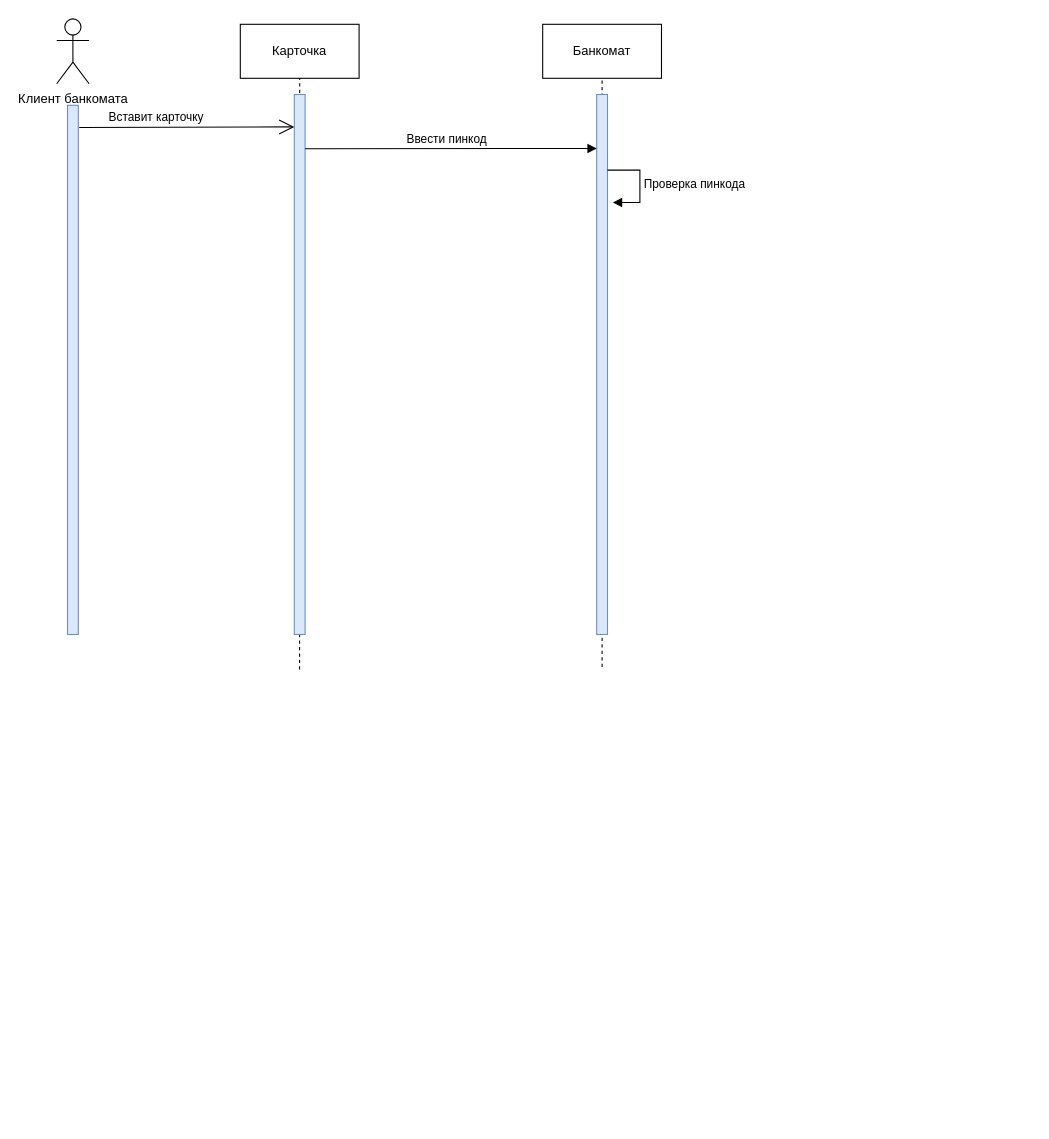
Earlier version of the draw.io diagram Diagram Sequence.drawio (VyugaSW/Diagrams_2). Source tidied: cells renumbered, new cells numbered last; positions are measured from the earlier drawing's top-left corner, leaving out a move shared by most shapes. Both pictures are drawn from the tidied source at 108%, with x=0, y=0 at pixel (56, 18).
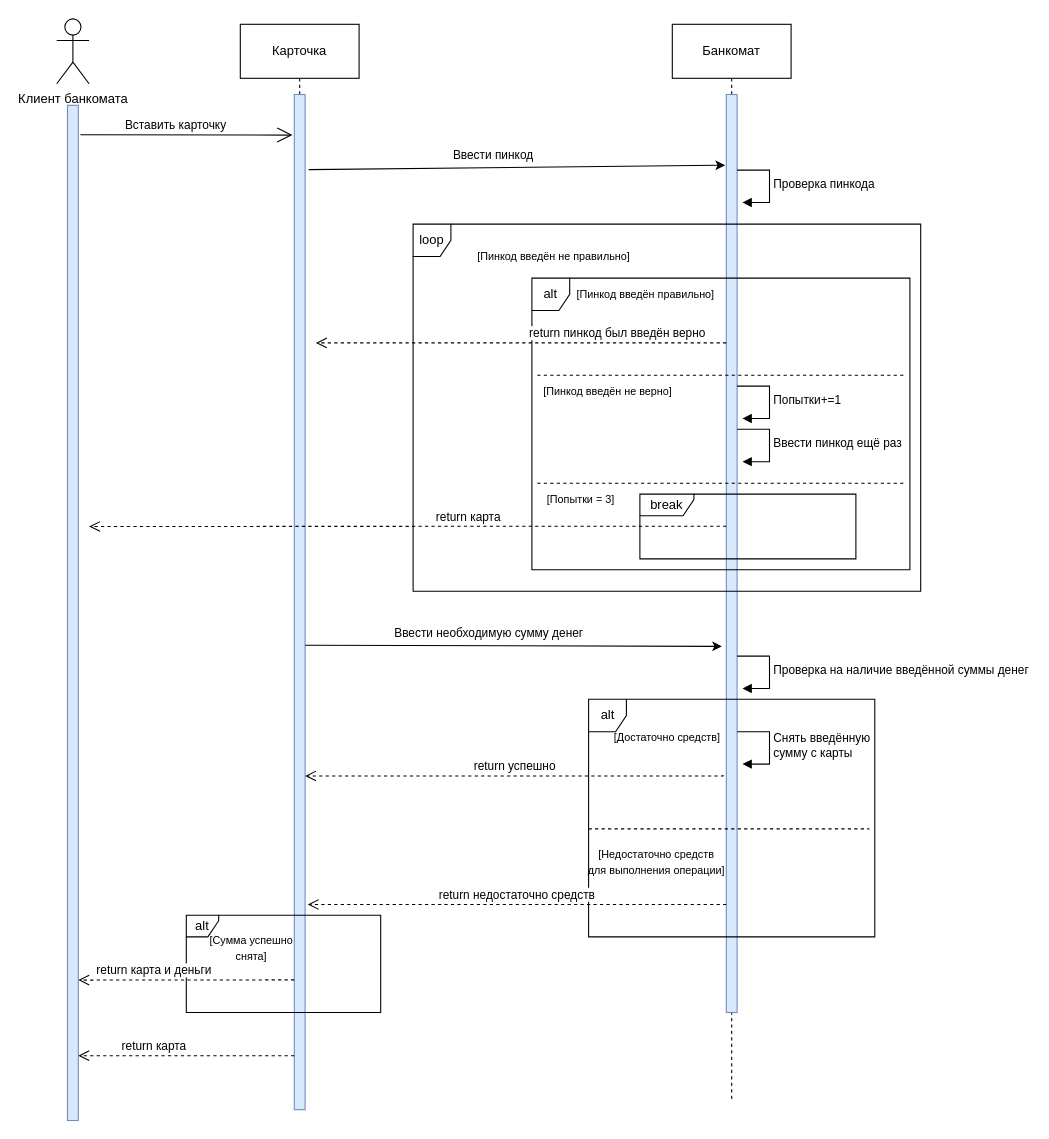
Above is the later version.

The change refers to these unchanged cells:
```xml
<mxCell id="6" value="Карточка" style="html=1;whiteSpace=wrap;" parent="1" vertex="1">
  <mxGeometry x="170" y="5" width="110" height="50" as="geometry" />
</mxCell>
```

Change to the diagram source:
```diff
@@
+    <mxCell id="15" style="endArrow=none;dashed=1;html=1;rounded=0;entryX=0.5;entryY=1;entryDx=0;entryDy=0;" parent="1" edge="1" target="7">
+      <mxGeometry relative="1" as="geometry">
+        <mxPoint x="625" y="1000" as="sourcePoint" />
+      </mxGeometry>
+    </mxCell>
     <mxCell id="2" style="endArrow=none;dashed=1;html=1;rounded=0;entryX=0.5;entryY=1;entryDx=0;entryDy=0;" parent="1" edge="1" target="6">
       <mxGeometry relative="1" as="geometry">
-        <mxPoint x="224.9" y="602.5" as="sourcePoint" />
+        <mxPoint x="225" y="910" as="sourcePoint" />
       </mxGeometry>
     </mxCell>
-    <mxCell id="3" style="endArrow=none;dashed=1;html=1;rounded=0;entryX=0.5;entryY=1;entryDx=0;entryDy=0;" parent="1" edge="1" target="7">
-      <mxGeometry relative="1" as="geometry">
-        <mxPoint x="505" y="600" as="sourcePoint" />
-      </mxGeometry>
-    </mxCell>
@@
     <mxCell id="5" style="rounded=0;whiteSpace=wrap;html=1;fillColor=#dae8fc;strokeColor=#6c8ebf;" parent="1" vertex="1">
-      <mxGeometry x="10" y="80" width="10" height="490" as="geometry" />
+      <mxGeometry x="10" y="80" width="10" height="940" as="geometry" />
     </mxCell>
@@
     <mxCell id="7" value="Банкомат" style="html=1;whiteSpace=wrap;" parent="1" vertex="1">
-      <mxGeometry x="450" y="5" width="110" height="50" as="geometry" />
+      <mxGeometry x="570" y="5" width="110" height="50" as="geometry" />
     </mxCell>
-    <mxCell id="8" style="rounded=0;whiteSpace=wrap;html=1;fillColor=#dae8fc;strokeColor=#6c8ebf;" parent="1" vertex="1">
-      <mxGeometry x="220" y="70" width="10" height="500" as="geometry" />
-    </mxCell>
     <mxCell id="9" style="rounded=0;whiteSpace=wrap;html=1;fillColor=#dae8fc;strokeColor=#6c8ebf;" parent="1" vertex="1">
-      <mxGeometry x="500" y="70" width="10" height="500" as="geometry" />
+      <mxGeometry x="620" y="70" width="10" height="850" as="geometry" />
     </mxCell>
-    <mxCell id="10" style="endArrow=open;endFill=1;endSize=12;html=1;rounded=0;exitX=1.083;exitY=0.042;exitDx=0;exitDy=0;exitPerimeter=0;" parent="1" edge="1" source="5">
-      <mxGeometry relative="1" as="geometry">
-        <mxPoint x="220" y="100" as="targetPoint" />
-      </mxGeometry>
+    <mxCell id="10" style="endArrow=open;endFill=1;endSize=12;html=1;rounded=0;exitX=1.2;exitY=0.029;exitDx=0;exitDy=0;exitPerimeter=0;entryX=-0.171;entryY=0.04;entryDx=0;entryDy=0;entryPerimeter=0;" parent="1" edge="1" source="5" target="23">
+      <mxGeometry relative="1" as="geometry" />
     </mxCell>
-    <mxCell id="11" value="Вставит карточку" style="edgeLabel;html=1;align=center;verticalAlign=middle;" parent="10" vertex="1">
+    <mxCell id="11" value="Вставить карточку" style="edgeLabel;html=1;align=center;verticalAlign=middle;" parent="10" vertex="1">
       <mxGeometry x="-0.29" y="1" relative="1" as="geometry">
-        <mxPoint y="-9" as="offset" />
+        <mxPoint x="17" y="-9" as="offset" />
       </mxGeometry>
     </mxCell>
-    <mxCell id="12" value="&amp;nbsp;" style="html=1;verticalAlign=bottom;endArrow=block;edgeStyle=elbowEdgeStyle;elbow=vertical;curved=0;rounded=0;" parent="1" edge="1">
-      <mxGeometry relative="1" as="geometry">
-        <mxPoint x="230" y="120.2" as="sourcePoint" />
-        <mxPoint x="500" y="120" as="targetPoint" />
-      </mxGeometry>
-    </mxCell>
+    <mxCell id="14" value="Проверка пинкода" style="html=1;align=left;spacingLeft=2;endArrow=block;rounded=0;edgeStyle=orthogonalEdgeStyle;curved=0;rounded=0;" parent="1" edge="1">
+      <mxGeometry relative="1" as="geometry">
+        <mxPoint x="630" y="140" as="sourcePoint" />
+        <mxPoint x="635" y="170" as="targetPoint" />
+        <Array as="points">
+          <mxPoint x="660" y="170" />
+        </Array>
+      </mxGeometry>
+    </mxCell>
+    <mxCell id="16" value="alt" style="shape=umlFrame;whiteSpace=wrap;html=1;width=35;height=30;" parent="1" vertex="1">
+      <mxGeometry x="440" y="240" width="350" height="270" as="geometry" />
+    </mxCell>
+    <mxCell id="17" value="&lt;font style=&quot;font-size: 10px;&quot;&gt;[Пинкод введён правильно]&lt;/font&gt;" style="text;html=1;align=center;verticalAlign=middle;strokeColor=none;fillColor=none;" parent="1" vertex="1">
+      <mxGeometry x="470" y="240" width="150" height="30" as="geometry" />
+    </mxCell>
+    <mxCell id="18" value="&lt;font style=&quot;font-size: 10px;&quot;&gt;[Пинкод введён не верно]&lt;/font&gt;" style="text;html=1;align=center;verticalAlign=middle;strokeColor=none;fillColor=none;" parent="1" vertex="1">
+      <mxGeometry x="440" y="330" width="140" height="30" as="geometry" />
+    </mxCell>
+    <mxCell id="19" value="loop" style="shape=umlFrame;whiteSpace=wrap;html=1;width=35;height=30;" parent="1" vertex="1">
+      <mxGeometry x="330" y="190" width="470" height="340" as="geometry" />
+    </mxCell>
+    <mxCell id="20" value="&lt;font style=&quot;font-size: 10px;&quot;&gt;[Пинкод введён не правильно]&lt;/font&gt;" style="text;html=1;align=center;verticalAlign=middle;strokeColor=none;fillColor=none;" parent="1" vertex="1">
+      <mxGeometry x="380" y="205" width="160" height="30" as="geometry" />
+    </mxCell>
+    <mxCell id="21" value="Ввести пинкод ещё раз" style="html=1;align=left;spacingLeft=2;endArrow=block;rounded=0;edgeStyle=orthogonalEdgeStyle;curved=0;rounded=0;" parent="1" edge="1">
+      <mxGeometry relative="1" as="geometry">
+        <mxPoint x="630" y="380" as="sourcePoint" />
+        <mxPoint x="635" y="410" as="targetPoint" />
+        <Array as="points">
+          <mxPoint x="660" y="410" />
+        </Array>
+      </mxGeometry>
+    </mxCell>
+    <mxCell id="22" value="Попытки+=1" style="html=1;align=left;spacingLeft=2;endArrow=block;rounded=0;edgeStyle=orthogonalEdgeStyle;curved=0;rounded=0;" parent="1" edge="1">
+      <mxGeometry relative="1" as="geometry">
+        <mxPoint x="630" y="340" as="sourcePoint" />
+        <mxPoint x="635" y="370" as="targetPoint" />
+        <Array as="points">
+          <mxPoint x="660" y="370" />
+        </Array>
+      </mxGeometry>
+    </mxCell>
+    <mxCell id="23" style="rounded=0;whiteSpace=wrap;html=1;fillColor=#dae8fc;strokeColor=#6c8ebf;" parent="1" vertex="1">
+      <mxGeometry x="220" y="70" width="10" height="940" as="geometry" />
+    </mxCell>
+    <mxCell id="24" style="endArrow=classic;html=1;rounded=0;entryX=-0.107;entryY=0.077;entryDx=0;entryDy=0;entryPerimeter=0;exitX=1.341;exitY=0.074;exitDx=0;exitDy=0;exitPerimeter=0;" parent="1" edge="1" source="23" target="9">
+      <mxGeometry relative="1" as="geometry" />
+    </mxCell>
-    <mxCell id="13" value="Ввести пинкод" style="edgeLabel;html=1;align=center;verticalAlign=middle;" parent="12" vertex="1">
-      <mxGeometry x="-0.03" relative="1" as="geometry">
-        <mxPoint y="-10" as="offset" />
+    <mxCell id="13" value="Ввести пинкод" style="edgeLabel;html=1;align=center;verticalAlign=middle;" parent="24" vertex="1">
+      <mxGeometry x="-0.12" relative="1" as="geometry">
+        <mxPoint y="-12" as="offset" />
       </mxGeometry>
     </mxCell>
-    <mxCell id="14" value="Проверка пинкода" style="html=1;align=left;spacingLeft=2;endArrow=block;rounded=0;edgeStyle=orthogonalEdgeStyle;curved=0;rounded=0;" parent="1" edge="1">
-      <mxGeometry relative="1" as="geometry">
-        <mxPoint x="510" y="140" as="sourcePoint" />
-        <mxPoint x="515" y="170" as="targetPoint" />
-        <Array as="points">
-          <mxPoint x="540" y="170" />
-        </Array>
-      </mxGeometry>
-    </mxCell>
+    <mxCell id="25" value="return пинкод был введён верно" style="html=1;verticalAlign=bottom;endArrow=open;dashed=1;endSize=8;edgeStyle=elbowEdgeStyle;elbow=vertical;curved=0;rounded=0;" parent="1" edge="1">
+      <mxGeometry x="-0.47" relative="1" as="geometry">
+        <mxPoint x="620" y="300" as="sourcePoint" />
+        <mxPoint x="240" y="300" as="targetPoint" />
+      </mxGeometry>
+    </mxCell>
+    <mxCell id="26" style="endArrow=none;dashed=1;html=1;rounded=0;" parent="1" edge="1">
+      <mxGeometry relative="1" as="geometry">
+        <mxPoint x="445" y="330" as="sourcePoint" />
+        <mxPoint x="785" y="330" as="targetPoint" />
+      </mxGeometry>
+    </mxCell>
+    <mxCell id="27" style="endArrow=none;dashed=1;html=1;rounded=0;" parent="1" edge="1">
+      <mxGeometry relative="1" as="geometry">
+        <mxPoint x="445" y="430" as="sourcePoint" />
+        <mxPoint x="785" y="430" as="targetPoint" />
+      </mxGeometry>
+    </mxCell>
+    <mxCell id="28" value="&lt;span style=&quot;font-size: 10px;&quot;&gt;[Попытки = 3]&lt;/span&gt;" style="text;html=1;align=center;verticalAlign=middle;strokeColor=none;fillColor=none;" parent="1" vertex="1">
+      <mxGeometry x="440" y="430" width="90" height="30" as="geometry" />
+    </mxCell>
+    <mxCell id="29" value="break" style="shape=umlFrame;whiteSpace=wrap;html=1;width=50;height=20;" parent="1" vertex="1">
+      <mxGeometry x="540" y="440" width="200" height="60" as="geometry" />
+    </mxCell>
+    <mxCell id="30" value="return карта" style="html=1;verticalAlign=bottom;endArrow=open;dashed=1;endSize=8;edgeStyle=elbowEdgeStyle;elbow=vertical;curved=0;rounded=0;" parent="1" edge="1">
+      <mxGeometry x="-0.19" relative="1" as="geometry">
+        <mxPoint x="620" y="469.7" as="sourcePoint" />
+        <mxPoint x="30" y="470" as="targetPoint" />
+      </mxGeometry>
+    </mxCell>
+    <mxCell id="31" style="endArrow=classic;html=1;rounded=0;entryX=-0.107;entryY=0.077;entryDx=0;entryDy=0;entryPerimeter=0;exitX=1.341;exitY=0.074;exitDx=0;exitDy=0;exitPerimeter=0;" parent="1" edge="1">
+      <mxGeometry relative="1" as="geometry">
+        <mxPoint x="230" y="580" as="sourcePoint" />
+        <mxPoint x="616" y="581" as="targetPoint" />
+      </mxGeometry>
+    </mxCell>
+    <mxCell id="32" value="Ввести необходимую сумму денег" style="edgeLabel;html=1;align=center;verticalAlign=middle;" parent="31" vertex="1">
+      <mxGeometry x="-0.12" relative="1" as="geometry">
+        <mxPoint y="-12" as="offset" />
+      </mxGeometry>
+    </mxCell>
+    <mxCell id="33" value="alt" style="shape=umlFrame;whiteSpace=wrap;html=1;width=35;height=30;" parent="1" vertex="1">
+      <mxGeometry x="492.5" y="630" width="265" height="220" as="geometry" />
+    </mxCell>
+    <mxCell id="34" style="endArrow=none;dashed=1;html=1;rounded=0;" parent="1" edge="1">
+      <mxGeometry relative="1" as="geometry">
+        <mxPoint x="492.5" y="750" as="sourcePoint" />
+        <mxPoint x="752.5" y="750" as="targetPoint" />
+      </mxGeometry>
+    </mxCell>
+    <mxCell id="35" value="&lt;span style=&quot;font-size: 10px;&quot;&gt;[Достаточно средств]&lt;/span&gt;" style="text;html=1;align=center;verticalAlign=middle;strokeColor=none;fillColor=none;" parent="1" vertex="1">
+      <mxGeometry x="505" y="650" width="120" height="30" as="geometry" />
+    </mxCell>
+    <mxCell id="36" value="&lt;span style=&quot;font-size: 10px;&quot;&gt;[Недостаточно средств&lt;br&gt;для выполнения операции]&lt;/span&gt;" style="text;html=1;align=center;verticalAlign=middle;strokeColor=none;fillColor=none;" parent="1" vertex="1">
+      <mxGeometry x="480" y="760" width="150" height="40" as="geometry" />
+    </mxCell>
+    <mxCell id="37" value="Снять введённую&lt;br&gt;сумму с карты" style="html=1;align=left;spacingLeft=2;endArrow=block;rounded=0;edgeStyle=orthogonalEdgeStyle;curved=0;rounded=0;" parent="1" edge="1">
+      <mxGeometry relative="1" as="geometry">
+        <mxPoint x="630" y="660" as="sourcePoint" />
+        <mxPoint x="635" y="690" as="targetPoint" />
+        <Array as="points">
+          <mxPoint x="660" y="690" />
+        </Array>
+      </mxGeometry>
+    </mxCell>
+    <mxCell id="38" value="Проверка на наличие введённой суммы денег" style="html=1;align=left;spacingLeft=2;endArrow=block;rounded=0;edgeStyle=orthogonalEdgeStyle;curved=0;rounded=0;" parent="1" edge="1">
+      <mxGeometry relative="1" as="geometry">
+        <mxPoint x="630" y="590" as="sourcePoint" />
+        <mxPoint x="635" y="620" as="targetPoint" />
+        <Array as="points">
+          <mxPoint x="660" y="620" />
+        </Array>
+      </mxGeometry>
+    </mxCell>
+    <mxCell id="39" value="return недостаточно средств" style="html=1;verticalAlign=bottom;endArrow=open;dashed=1;endSize=8;edgeStyle=elbowEdgeStyle;elbow=vertical;curved=0;rounded=0;entryX=1.25;entryY=0.797;entryDx=0;entryDy=0;entryPerimeter=0;" parent="1" edge="1" target="23">
+      <mxGeometry relative="1" as="geometry">
+        <mxPoint x="620" y="820" as="sourcePoint" />
+      </mxGeometry>
+    </mxCell>
+    <mxCell id="40" value="alt" style="shape=umlFrame;whiteSpace=wrap;html=1;width=30;height=20;" parent="1" vertex="1">
+      <mxGeometry x="120" y="830" width="180" height="90" as="geometry" />
+    </mxCell>
+    <mxCell id="41" value="return успешно" style="html=1;verticalAlign=bottom;endArrow=open;dashed=1;endSize=8;edgeStyle=elbowEdgeStyle;elbow=vertical;curved=0;rounded=0;entryX=1.32;entryY=0.853;entryDx=0;entryDy=0;entryPerimeter=0;" parent="1" edge="1">
+      <mxGeometry relative="1" as="geometry">
+        <mxPoint x="617" y="700" as="sourcePoint" />
+        <mxPoint x="230" y="701" as="targetPoint" />
+      </mxGeometry>
+    </mxCell>
+    <mxCell id="42" value="&lt;span style=&quot;font-size: 10px;&quot;&gt;[Сумма успешно&lt;br&gt;снята]&lt;/span&gt;" style="text;html=1;align=center;verticalAlign=middle;strokeColor=none;fillColor=none;" parent="1" vertex="1">
+      <mxGeometry x="130" y="840" width="100" height="40" as="geometry" />
+    </mxCell>
+    <mxCell id="43" value="return карта и деньги" style="html=1;verticalAlign=bottom;endArrow=open;dashed=1;endSize=8;edgeStyle=elbowEdgeStyle;elbow=vertical;curved=0;rounded=0;entryX=1;entryY=0.893;entryDx=0;entryDy=0;entryPerimeter=0;" parent="1" edge="1">
+      <mxGeometry x="0.3" relative="1" as="geometry">
+        <mxPoint x="220" y="889.8" as="sourcePoint" />
+        <mxPoint x="20" y="889.9" as="targetPoint" />
+      </mxGeometry>
+    </mxCell>
+    <mxCell id="44" value="return карта" style="html=1;verticalAlign=bottom;endArrow=open;dashed=1;endSize=8;edgeStyle=elbowEdgeStyle;elbow=vertical;curved=0;rounded=0;entryX=1;entryY=0.893;entryDx=0;entryDy=0;entryPerimeter=0;" parent="1" edge="1">
+      <mxGeometry x="0.3" relative="1" as="geometry">
+        <mxPoint x="220" y="960" as="sourcePoint" />
+        <mxPoint x="20" y="960.1" as="targetPoint" />
+      </mxGeometry>
+    </mxCell>
```
